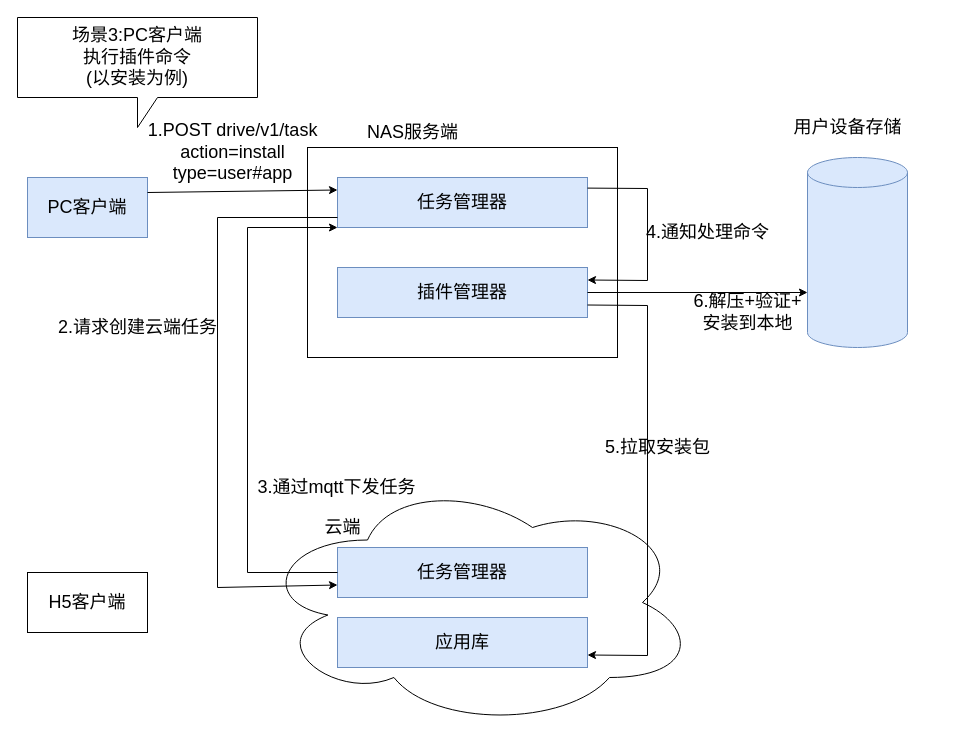
Earlier version of the draw.io diagram 场景1:PC客户端 获取插件列表.drawio (logxxx/Something). Source tidied: cells renumbered, new cells numbered last; positions are measured from the earlier drawing's top-left corner, leaving out a move shared by most shapes. Both pictures are drawn from the tidied source at 100%, with x=0, y=0 at pixel (17, 17).
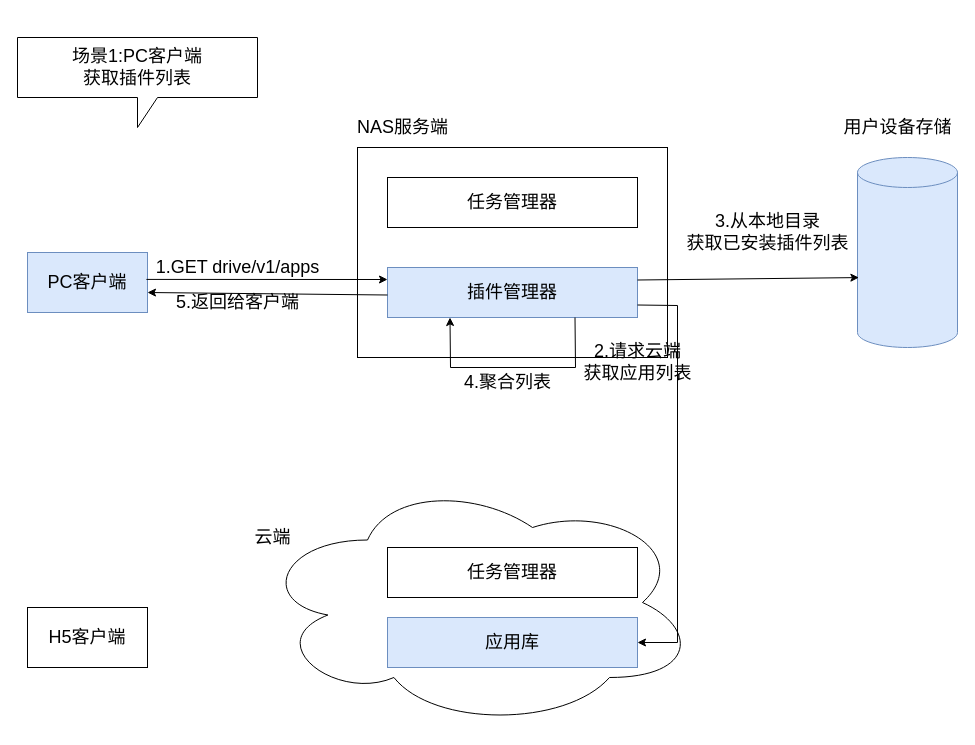
After the change.

Commit message:
Added 场景1:PC客户端 获取插件列表.drawio

Diff of the diagram source:
```diff
@@
     <mxCell id="2" value="&lt;font style=&quot;font-size: 18px&quot;&gt;PC客户端&lt;/font&gt;" style="rounded=0;whiteSpace=wrap;html=1;fillColor=#dae8fc;strokeColor=#6c8ebf;" parent="1" vertex="1">
-      <mxGeometry x="10" y="160" width="120" height="60" as="geometry" />
+      <mxGeometry x="10" y="235" width="120" height="60" as="geometry" />
     </mxCell>
     <mxCell id="3" style="rounded=0;whiteSpace=wrap;html=1;" parent="1" vertex="1">
-      <mxGeometry x="290" y="130" width="310" height="210" as="geometry" />
+      <mxGeometry x="340" y="130" width="310" height="210" as="geometry" />
     </mxCell>
     <mxCell id="4" value="&lt;font style=&quot;font-size: 18px&quot;&gt;NAS服务端&lt;/font&gt;" style="text;html=1;align=center;verticalAlign=middle;strokeColor=none;fillColor=none;" parent="1" vertex="1">
-      <mxGeometry x="340" y="105" width="110" height="20" as="geometry" />
+      <mxGeometry x="330" y="100" width="110" height="20" as="geometry" />
     </mxCell>
-    <mxCell id="5" value="任务管理器" style="rounded=0;whiteSpace=wrap;html=1;fontSize=18;fillColor=#dae8fc;strokeColor=#6c8ebf;" parent="1" vertex="1">
-      <mxGeometry x="320" y="160" width="250" height="50" as="geometry" />
+    <mxCell id="5" value="任务管理器" style="rounded=0;whiteSpace=wrap;html=1;fontSize=18;" parent="1" vertex="1">
+      <mxGeometry x="370" y="160" width="250" height="50" as="geometry" />
     </mxCell>
     <mxCell id="6" value="插件管理器" style="rounded=0;whiteSpace=wrap;html=1;fontSize=18;fillColor=#dae8fc;strokeColor=#6c8ebf;" parent="1" vertex="1">
-      <mxGeometry x="320" y="250" width="250" height="50" as="geometry" />
+      <mxGeometry x="370" y="250" width="250" height="50" as="geometry" />
     </mxCell>
@@
     <mxCell id="8" value="&lt;font style=&quot;font-size: 18px&quot;&gt;云端&lt;/font&gt;" style="text;html=1;align=center;verticalAlign=middle;strokeColor=none;fillColor=none;" parent="1" vertex="1">
-      <mxGeometry x="300" y="500" width="50" height="20" as="geometry" />
+      <mxGeometry x="230" y="510" width="50" height="20" as="geometry" />
     </mxCell>
-    <mxCell id="9" value="任务管理器" style="rounded=0;whiteSpace=wrap;html=1;fontSize=18;fillColor=#dae8fc;strokeColor=#6c8ebf;" parent="1" vertex="1">
-      <mxGeometry x="320" y="530" width="250" height="50" as="geometry" />
+    <mxCell id="9" value="任务管理器" style="rounded=0;whiteSpace=wrap;html=1;fontSize=18;" parent="1" vertex="1">
+      <mxGeometry x="370" y="530" width="250" height="50" as="geometry" />
     </mxCell>
     <mxCell id="10" value="&lt;font style=&quot;font-size: 18px&quot;&gt;H5客户端&lt;/font&gt;" style="rounded=0;whiteSpace=wrap;html=1;" parent="1" vertex="1">
-      <mxGeometry x="10" y="555" width="120" height="60" as="geometry" />
+      <mxGeometry x="10" y="590" width="120" height="60" as="geometry" />
     </mxCell>
     <mxCell id="11" value="应用库" style="rounded=0;whiteSpace=wrap;html=1;fontSize=18;fillColor=#dae8fc;strokeColor=#6c8ebf;" parent="1" vertex="1">
-      <mxGeometry x="320" y="600" width="250" height="50" as="geometry" />
+      <mxGeometry x="370" y="600" width="250" height="50" as="geometry" />
     </mxCell>
-    <mxCell id="12" value="场景3:PC客户端&lt;br&gt;执行插件命令&lt;br&gt;(以安装为例)" style="shape=callout;whiteSpace=wrap;html=1;perimeter=calloutPerimeter;fontSize=18;" parent="1" vertex="1">
-      <mxGeometry width="240" height="110" as="geometry" />
+    <mxCell id="12" value="场景1:PC客户端&lt;br&gt;获取插件列表" style="shape=callout;whiteSpace=wrap;html=1;perimeter=calloutPerimeter;fontSize=18;" parent="1" vertex="1">
+      <mxGeometry y="20" width="240" height="90" as="geometry" />
     </mxCell>
-    <mxCell id="13" style="endArrow=classic;html=1;rounded=0;fontSize=18;exitX=1;exitY=0.25;exitDx=0;exitDy=0;entryX=0;entryY=0.25;entryDx=0;entryDy=0;" parent="1" edge="1" source="2" target="5">
-      <mxGeometry relative="1" as="geometry" />
+    <mxCell id="13" style="endArrow=classic;html=1;rounded=0;fontSize=18;exitX=-0.006;exitY=0.897;exitDx=0;exitDy=0;exitPerimeter=0;" parent="1" edge="1" source="14">
+      <mxGeometry relative="1" as="geometry">
+        <mxPoint x="370" y="262" as="targetPoint" />
+      </mxGeometry>
     </mxCell>
-    <mxCell id="14" value="1.POST drive/v1/task&lt;br&gt;action=install&lt;br&gt;type=user#app" style="text;html=1;align=center;verticalAlign=middle;points=[];strokeColor=none;fillColor=none;fontSize=18;" parent="1" vertex="1">
-      <mxGeometry x="120" y="100" width="190" height="70" as="geometry" />
+    <mxCell id="14" value="1.GET drive/v1/apps" style="text;html=1;align=center;verticalAlign=middle;points=[];strokeColor=none;fillColor=none;fontSize=18;" parent="1" vertex="1">
+      <mxGeometry x="130" y="235" width="180" height="30" as="geometry" />
     </mxCell>
     <mxCell id="15" value="用户设备存储" style="text;html=1;align=center;verticalAlign=middle;strokeColor=none;fillColor=none;fontSize=18;" parent="1" vertex="1">
-      <mxGeometry x="770" y="95" width="120" height="30" as="geometry" />
+      <mxGeometry x="820" y="95" width="120" height="30" as="geometry" />
     </mxCell>
     <mxCell id="16" style="shape=cylinder3;whiteSpace=wrap;html=1;boundedLbl=1;backgroundOutline=1;size=15;fontSize=18;fillColor=#dae8fc;strokeColor=#6c8ebf;" parent="1" vertex="1">
-      <mxGeometry x="790" y="140" width="100" height="190" as="geometry" />
+      <mxGeometry x="840" y="140" width="100" height="190" as="geometry" />
     </mxCell>
-    <mxCell id="17" style="endArrow=classic;html=1;rounded=0;fontSize=18;exitX=1;exitY=0.75;exitDx=0;exitDy=0;entryX=1;entryY=0.75;entryDx=0;entryDy=0;" parent="1" edge="1" source="6" target="11">
-      <mxGeometry relative="1" as="geometry">
-        <Array as="points">
-          <mxPoint x="630" y="288" />
-          <mxPoint x="630" y="638" />
-        </Array>
-      </mxGeometry>
+    <mxCell id="17" style="endArrow=classic;html=1;rounded=0;fontSize=18;exitX=1;exitY=0.25;exitDx=0;exitDy=0;entryX=0.014;entryY=0.632;entryDx=0;entryDy=0;entryPerimeter=0;" parent="1" edge="1" source="6" target="16">
+      <mxGeometry relative="1" as="geometry" />
     </mxCell>
-    <mxCell id="18" style="endArrow=classic;html=1;rounded=0;fontSize=18;entryX=0;entryY=0.75;entryDx=0;entryDy=0;" parent="1" edge="1" target="9">
-      <mxGeometry relative="1" as="geometry">
-        <mxPoint x="320" y="200" as="sourcePoint" />
-        <Array as="points">
-          <mxPoint x="200" y="200" />
-          <mxPoint x="200" y="570" />
-        </Array>
-      </mxGeometry>
-    </mxCell>
-    <mxCell id="19" value="&lt;font style=&quot;font-size: 18px&quot;&gt;3.通过mqtt下发任务&lt;/font&gt;" style="text;html=1;align=center;verticalAlign=middle;strokeColor=none;fillColor=none;" parent="1" vertex="1">
-      <mxGeometry x="234" y="460" width="170" height="20" as="geometry" />
-    </mxCell>
-    <mxCell id="20" style="endArrow=classic;html=1;rounded=0;fontSize=18;exitX=0;exitY=0.5;exitDx=0;exitDy=0;entryX=0;entryY=1;entryDx=0;entryDy=0;" parent="1" edge="1" source="9" target="5">
-      <mxGeometry relative="1" as="geometry">
-        <Array as="points">
-          <mxPoint x="230" y="555" />
-          <mxPoint x="230" y="210" />
-        </Array>
-      </mxGeometry>
-    </mxCell>
-    <mxCell id="21" value="&lt;font style=&quot;font-size: 18px&quot;&gt;2.请求创建云端任务&lt;/font&gt;" style="text;html=1;align=center;verticalAlign=middle;strokeColor=none;fillColor=none;" parent="1" vertex="1">
-      <mxGeometry x="35" y="300" width="170" height="20" as="geometry" />
-    </mxCell>
-    <mxCell id="22" style="endArrow=classic;html=1;rounded=0;fontSize=18;exitX=1;exitY=0.75;exitDx=0;exitDy=0;entryX=1;entryY=0.25;entryDx=0;entryDy=0;" parent="1" edge="1" target="6">
-      <mxGeometry relative="1" as="geometry">
-        <mxPoint x="570" y="170.6" as="sourcePoint" />
-        <Array as="points">
-          <mxPoint x="630" y="171" />
-          <mxPoint x="630" y="263" />
-        </Array>
-      </mxGeometry>
-    </mxCell>
-    <mxCell id="23" value="4.通知处理命令" style="text;html=1;align=center;verticalAlign=middle;strokeColor=none;fillColor=none;fontSize=18;" parent="1" vertex="1">
-      <mxGeometry x="620" y="200" width="140" height="30" as="geometry" />
-    </mxCell>
-    <mxCell id="24" value="5.拉取安装包" style="text;html=1;align=center;verticalAlign=middle;strokeColor=none;fillColor=none;fontSize=18;" parent="1" vertex="1">
-      <mxGeometry x="580" y="415" width="120" height="30" as="geometry" />
-    </mxCell>
-    <mxCell id="25" style="endArrow=classic;html=1;rounded=0;fontSize=18;entryX=0;entryY=0;entryDx=0;entryDy=135;entryPerimeter=0;exitX=1;exitY=0.5;exitDx=0;exitDy=0;" parent="1" edge="1" source="6" target="16">
-      <mxGeometry relative="1" as="geometry" />
-    </mxCell>
-    <mxCell id="26" value="6.解压+验证+&lt;br&gt;安装到本地" style="text;html=1;align=center;verticalAlign=middle;strokeColor=none;fillColor=none;fontSize=18;" parent="1" vertex="1">
-      <mxGeometry x="670" y="270" width="120" height="50" as="geometry" />
-    </mxCell>
+    <mxCell id="27" value="3.从本地目录&lt;br&gt;获取已安装插件列表" style="text;html=1;align=center;verticalAlign=middle;strokeColor=none;fillColor=none;fontSize=18;" parent="1" vertex="1">
+      <mxGeometry x="660" y="190" width="180" height="50" as="geometry" />
+    </mxCell>
+    <mxCell id="28" style="endArrow=classic;html=1;rounded=0;fontSize=18;exitX=0.75;exitY=1;exitDx=0;exitDy=0;entryX=0.25;entryY=1;entryDx=0;entryDy=0;" parent="1" edge="1" source="6" target="6">
+      <mxGeometry relative="1" as="geometry">
+        <Array as="points">
+          <mxPoint x="558" y="350" />
+          <mxPoint x="433" y="350" />
+        </Array>
+      </mxGeometry>
+    </mxCell>
+    <mxCell id="29" value="4.聚合列表" style="text;html=1;align=center;verticalAlign=middle;strokeColor=none;fillColor=none;fontSize=18;" parent="1" vertex="1">
+      <mxGeometry x="440" y="350" width="100" height="30" as="geometry" />
+    </mxCell>
+    <mxCell id="30" style="endArrow=classic;html=1;rounded=0;fontSize=18;entryX=1;entryY=0.75;entryDx=0;entryDy=0;exitX=0;exitY=0.75;exitDx=0;exitDy=0;" parent="1" edge="1">
+      <mxGeometry relative="1" as="geometry">
+        <mxPoint x="370" y="277.5" as="sourcePoint" />
+        <mxPoint x="130" y="275" as="targetPoint" />
+      </mxGeometry>
+    </mxCell>
+    <mxCell id="31" value="5.返回给客户端" style="text;html=1;align=center;verticalAlign=middle;strokeColor=none;fillColor=none;fontSize=18;" parent="1" vertex="1">
+      <mxGeometry x="150" y="270" width="140" height="30" as="geometry" />
+    </mxCell>
+    <mxCell id="32" style="endArrow=classic;html=1;rounded=0;fontSize=18;entryX=1;entryY=0.5;entryDx=0;entryDy=0;exitX=1;exitY=0.75;exitDx=0;exitDy=0;" parent="1" edge="1" source="6" target="11">
+      <mxGeometry relative="1" as="geometry">
+        <Array as="points">
+          <mxPoint x="660" y="288" />
+          <mxPoint x="660" y="625" />
+        </Array>
+      </mxGeometry>
+    </mxCell>
+    <mxCell id="33" value="2.请求云端&lt;br&gt;获取应用列表" style="text;html=1;align=center;verticalAlign=middle;strokeColor=none;fillColor=none;fontSize=18;" parent="1" vertex="1">
+      <mxGeometry x="560" y="320" width="120" height="50" as="geometry" />
+    </mxCell>
```
